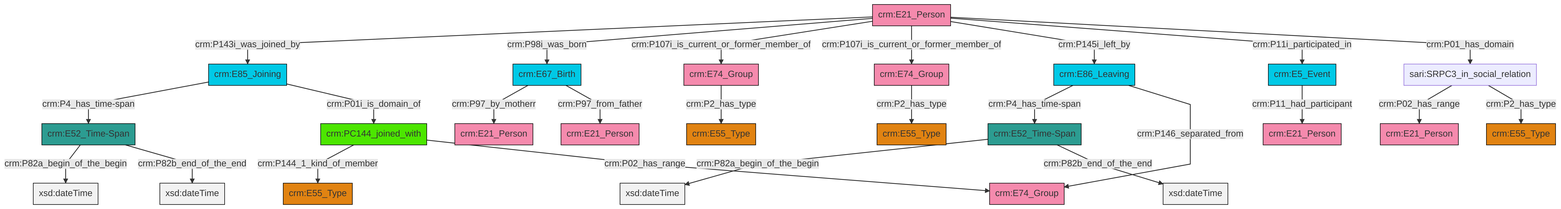
This is et/personCSV/ttl/mmd/png/Person_Actor_Relations.png from swiss-art-research-net/reference-data-models, a Mermaid export, as it was before one commit. Its source is kept beside it as et/personCSV/ttl/mmd/Person_Actor_Relations.ttl.mmd.
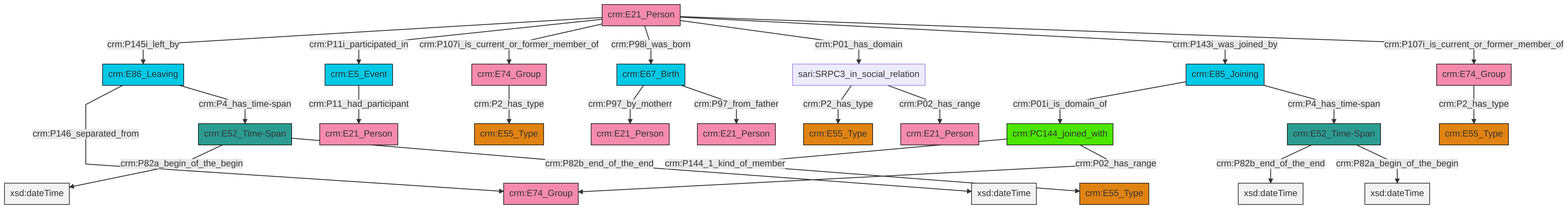
After the commit.

Diff of the diagram source:
```diff
@@ -13,27 +13,27 @@
 classDef PC_Classes fill:#4ce600, stroke:#000000;
 classDef Multi fill:#cccccc,stroke:#000000;
 
-0["sari:SRPC3_in_social_relation"]:::Default -->|crm:P02_has_range| 1["crm:E21_Person"]:::Actor
-2["crm:E85_Joining"]:::Temporal_Entity -->|crm:P4_has_time-span| 3["crm:E52_Time-Span"]:::Time-Span
-6["crm:E21_Person"]:::Actor -->|crm:P143i_was_joined_by| 2["crm:E85_Joining"]:::Temporal_Entity
-2["crm:E85_Joining"]:::Temporal_Entity -->|crm:P01i_is_domain_of| 4["crm:PC144_joined_with"]:::PC_Classes
-6["crm:E21_Person"]:::Actor -->|crm:P98i_was_born| 7["crm:E67_Birth"]:::Temporal_Entity
-6["crm:E21_Person"]:::Actor -->|crm:P107i_is_current_or_former_member_of| 9["crm:E74_Group"]:::Actor
-7["crm:E67_Birth"]:::Temporal_Entity -->|crm:P97_by_motherr| 10["crm:E21_Person"]:::Actor
-0["sari:SRPC3_in_social_relation"]:::Default -->|crm:P2_has_type| 15["crm:E55_Type"]:::Type
-17["crm:E74_Group"]:::Actor -->|crm:P2_has_type| 18["crm:E55_Type"]:::Type
-7["crm:E67_Birth"]:::Temporal_Entity -->|crm:P97_from_father| 20["crm:E21_Person"]:::Actor
-4["crm:PC144_joined_with"]:::PC_Classes -->|crm:P144_1_kind_of_member| 11["crm:E55_Type"]:::Type
-3["crm:E52_Time-Span"]:::Time-Span -->|crm:P82a_begin_of_the_begin| 24[xsd:dateTime]:::Literal
-6["crm:E21_Person"]:::Actor -->|crm:P107i_is_current_or_former_member_of| 17["crm:E74_Group"]:::Actor
-28["crm:E86_Leaving"]:::Temporal_Entity -->|crm:P4_has_time-span| 26["crm:E52_Time-Span"]:::Time-Span
-6["crm:E21_Person"]:::Actor -->|crm:P145i_left_by| 28["crm:E86_Leaving"]:::Temporal_Entity
-28["crm:E86_Leaving"]:::Temporal_Entity -->|crm:P146_separated_from| 29["crm:E74_Group"]:::Actor
-26["crm:E52_Time-Span"]:::Time-Span -->|crm:P82a_begin_of_the_begin| 36[xsd:dateTime]:::Literal
-6["crm:E21_Person"]:::Actor -->|crm:P11i_participated_in| 34["crm:E5_Event"]:::Temporal_Entity
-34["crm:E5_Event"]:::Temporal_Entity -->|crm:P11_had_participant| 37["crm:E21_Person"]:::Actor
-4["crm:PC144_joined_with"]:::PC_Classes -->|crm:P02_has_range| 29["crm:E74_Group"]:::Actor
-26["crm:E52_Time-Span"]:::Time-Span -->|crm:P82b_end_of_the_end| 39[xsd:dateTime]:::Literal
-9["crm:E74_Group"]:::Actor -->|crm:P2_has_type| 31["crm:E55_Type"]:::Type
-6["crm:E21_Person"]:::Actor -->|crm:P01_has_domain| 0["sari:SRPC3_in_social_relation"]:::Default
-3["crm:E52_Time-Span"]:::Time-Span -->|crm:P82b_end_of_the_end| 45[xsd:dateTime]:::Literal
+2["crm:E5_Event"]:::Temporal_Entity -->|crm:P11_had_participant| 0["crm:E21_Person"]:::Actor
+3["crm:E21_Person"]:::Actor -->|crm:P145i_left_by| 4["crm:E86_Leaving"]:::Temporal_Entity
+8["crm:PC144_joined_with"]:::PC_Classes -->|crm:P144_1_kind_of_member| 9["crm:E55_Type"]:::Type
+3["crm:E21_Person"]:::Actor -->|crm:P11i_participated_in| 2["crm:E5_Event"]:::Temporal_Entity
+8["crm:PC144_joined_with"]:::PC_Classes -->|crm:P02_has_range| 5["crm:E74_Group"]:::Actor
+4["crm:E86_Leaving"]:::Temporal_Entity -->|crm:P146_separated_from| 5["crm:E74_Group"]:::Actor
+24["crm:E85_Joining"]:::Temporal_Entity -->|crm:P01i_is_domain_of| 8["crm:PC144_joined_with"]:::PC_Classes
+22["sari:SRPC3_in_social_relation"]:::Default -->|crm:P2_has_type| 27["crm:E55_Type"]:::Type
+3["crm:E21_Person"]:::Actor -->|crm:P107i_is_current_or_former_member_of| 17["crm:E74_Group"]:::Actor
+30["crm:E52_Time-Span"]:::Time-Span -->|crm:P82a_begin_of_the_begin| 31[xsd:dateTime]:::Literal
+4["crm:E86_Leaving"]:::Temporal_Entity -->|crm:P4_has_time-span| 30["crm:E52_Time-Span"]:::Time-Span
+13["crm:E74_Group"]:::Actor -->|crm:P2_has_type| 25["crm:E55_Type"]:::Type
+24["crm:E85_Joining"]:::Temporal_Entity -->|crm:P4_has_time-span| 33["crm:E52_Time-Span"]:::Time-Span
+33["crm:E52_Time-Span"]:::Time-Span -->|crm:P82b_end_of_the_end| 40[xsd:dateTime]:::Literal
+36["crm:E67_Birth"]:::Temporal_Entity -->|crm:P97_by_motherr| 38["crm:E21_Person"]:::Actor
+22["sari:SRPC3_in_social_relation"]:::Default -->|crm:P02_has_range| 15["crm:E21_Person"]:::Actor
+30["crm:E52_Time-Span"]:::Time-Span -->|crm:P82b_end_of_the_end| 42[xsd:dateTime]:::Literal
+17["crm:E74_Group"]:::Actor -->|crm:P2_has_type| 11["crm:E55_Type"]:::Type
+3["crm:E21_Person"]:::Actor -->|crm:P98i_was_born| 36["crm:E67_Birth"]:::Temporal_Entity
+3["crm:E21_Person"]:::Actor -->|crm:P01_has_domain| 22["sari:SRPC3_in_social_relation"]:::Default
+33["crm:E52_Time-Span"]:::Time-Span -->|crm:P82a_begin_of_the_begin| 45[xsd:dateTime]:::Literal
+3["crm:E21_Person"]:::Actor -->|crm:P143i_was_joined_by| 24["crm:E85_Joining"]:::Temporal_Entity
+36["crm:E67_Birth"]:::Temporal_Entity -->|crm:P97_from_father| 19["crm:E21_Person"]:::Actor
+3["crm:E21_Person"]:::Actor -->|crm:P107i_is_current_or_former_member_of| 13["crm:E74_Group"]:::Actor
```
